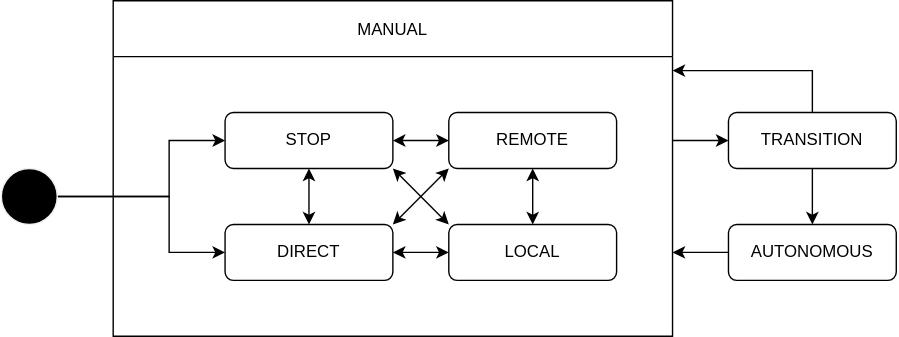
The draw.io diagram docs/design/autoware-interfaces/ad-api/features/operation-mode.drawio.svg in tier4/autoware-documentation, before a commit. Source tidied: cells renumbered, new cells last; positions are measured from the earlier drawing's top-left corner, leaving out a move shared by most shapes.
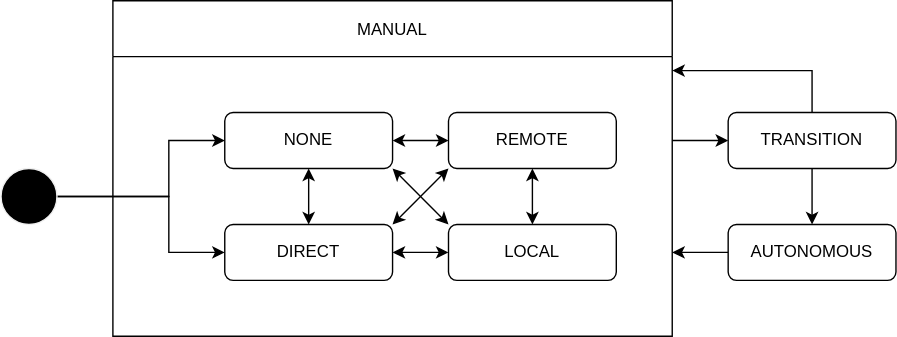
The same file after the commit.

Commit message:
Fix operator mode

Diff of the diagram source:
```diff
@@ -40,7 +40,7 @@
     <mxCell id="9" style="edgeStyle=none;html=1;entryX=0;entryY=0;entryDx=0;entryDy=0;startArrow=classic;startFill=1;exitX=1;exitY=1;exitDx=0;exitDy=0;" parent="1" edge="1" source="10" target="12">
       <mxGeometry relative="1" as="geometry" />
     </mxCell>
-    <mxCell id="10" value="&lt;span&gt;STOP&lt;/span&gt;" style="rounded=1;whiteSpace=wrap;html=1;" parent="1" vertex="1">
+    <mxCell id="10" value="&lt;span&gt;NONE&lt;/span&gt;" style="rounded=1;whiteSpace=wrap;html=1;" parent="1" vertex="1">
       <mxGeometry x="160" y="80" width="120" height="40" as="geometry" />
     </mxCell>
     <mxCell id="11" style="edgeStyle=none;html=1;startArrow=classic;startFill=1;" parent="1" edge="1" target="12">
```
